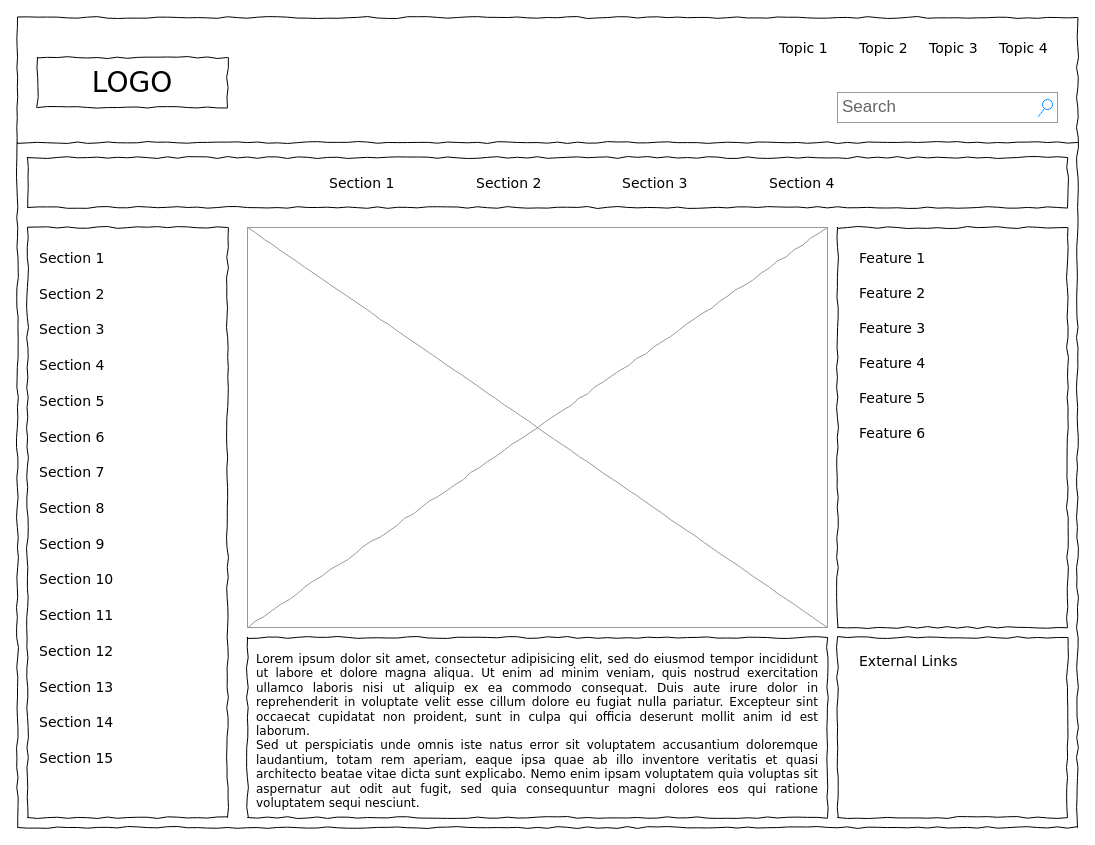
Cpano98/Grupo_6_ComponentesComputadoras keeps this draw.io diagram as sprint_1/Untitled Diagram.drawio. Above is the earlier version. Source tidied: cells renumbered, new cells numbered last; positions are measured from the earlier drawing's top-left corner, leaving out a move shared by most shapes. Both pictures are drawn from the tidied source at 100%, with x=0, y=0 at pixel (17, 17).
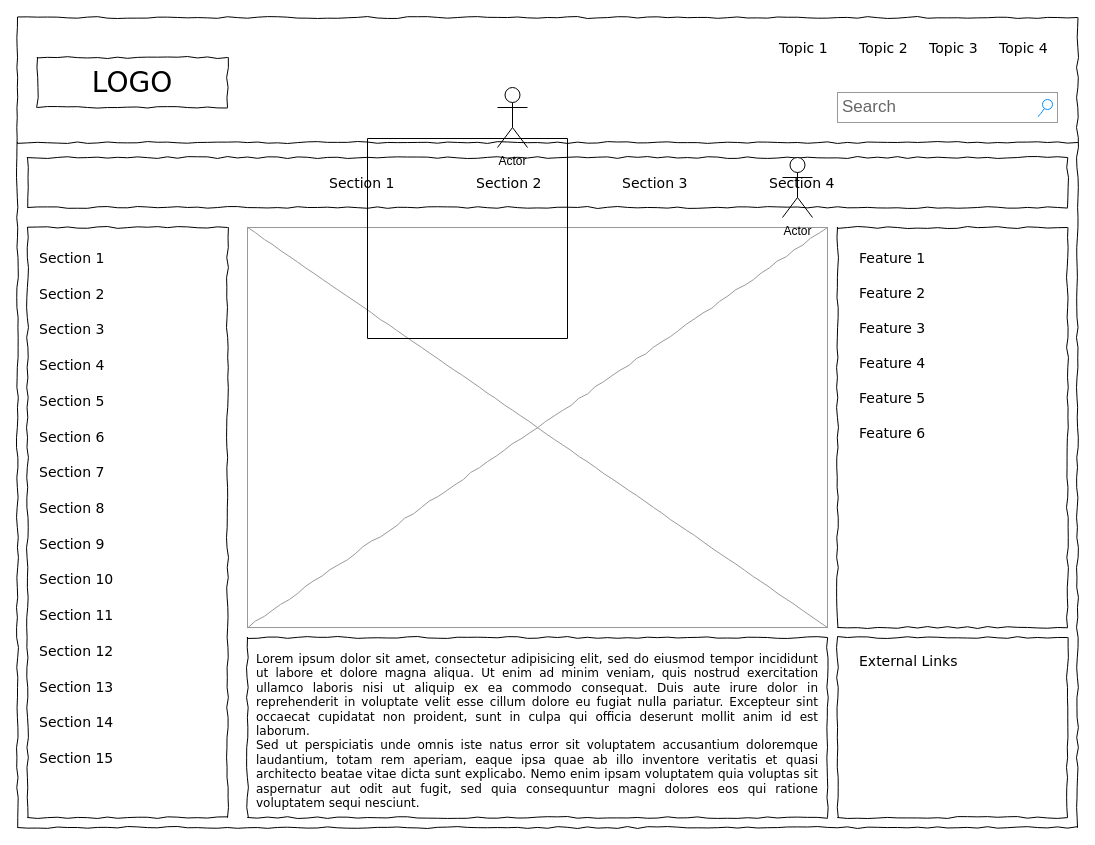
Above is the later version.

What changed in the source:
```diff
@@
+    <mxCell id="42" style="swimlane;startSize=0;" parent="1" vertex="1">
+      <mxGeometry x="350" y="121" width="200" height="200" as="geometry" />
+    </mxCell>
+    <mxCell id="43" value="Actor" style="shape=umlActor;verticalLabelPosition=bottom;verticalAlign=top;html=1;" parent="1" vertex="1">
+      <mxGeometry x="480" y="70" width="30" height="60" as="geometry" />
+    </mxCell>
+    <mxCell id="44" value="Actor" style="shape=umlActor;verticalLabelPosition=bottom;verticalAlign=top;html=1;" parent="1" vertex="1">
+      <mxGeometry x="765" y="140" width="30" height="60" as="geometry" />
+    </mxCell>
```
